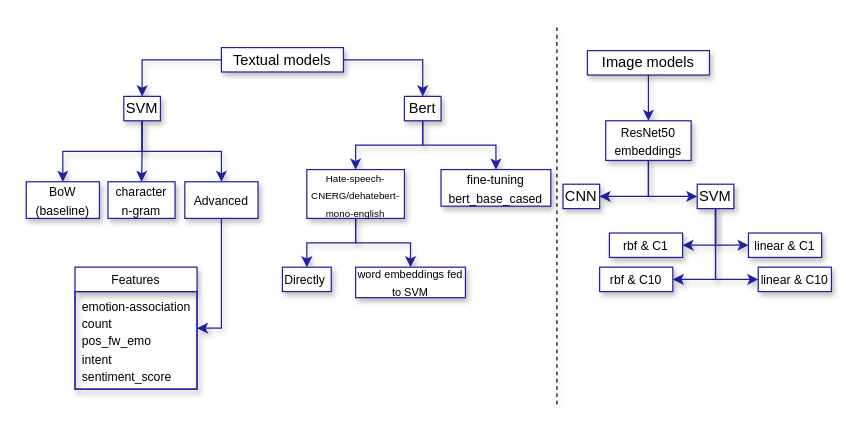
Above: New folder/models_diagram.drawio in HishamAlkaed/Master_Thesis (draw.io), before the change. Source tidied: cells renumbered, new cells numbered last; positions are measured from the earlier drawing's top-left corner, leaving out a move shared by most shapes. Both pictures are drawn from the tidied source at 122%, with x=0, y=0 at pixel (26, 26).
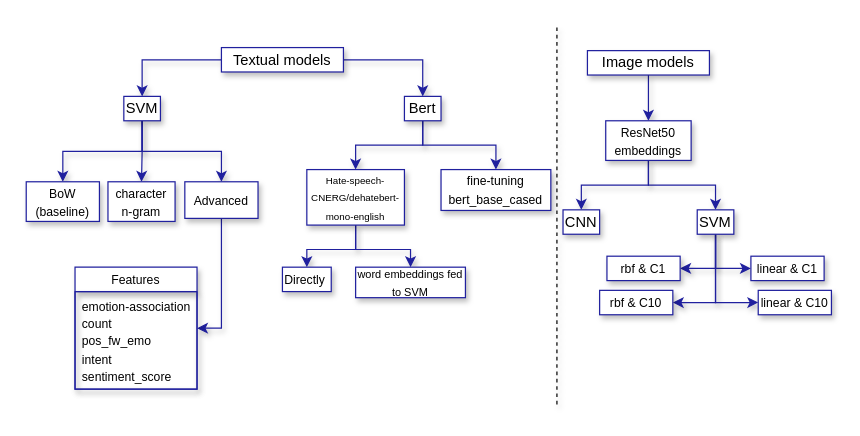
The same diagram, later.

Unchanged cells that the change refers to:
```xml
<mxCell id="26" value="&lt;font style=&quot;font-size: 10px;&quot;&gt;ResNet50 embeddings&lt;/font&gt;" style="whiteSpace=wrap;html=1;strokeColor=#20209E;shadow=1;" parent="1" vertex="1">
  <mxGeometry x="475" y="77.5" width="70" height="32.5" as="geometry" />
</mxCell>
```

Diff of the diagram source:
```diff
@@
     <mxCell id="12" value="&lt;font style=&quot;font-size: 10px;&quot;&gt;BoW (baseline)&lt;/font&gt;" style="rounded=0;whiteSpace=wrap;html=1;strokeColor=#20209E;shadow=1;" parent="1" vertex="1">
-      <mxGeometry y="127.5" width="60" height="30" as="geometry" />
+      <mxGeometry y="127.5" width="60" height="32.5" as="geometry" />
     </mxCell>
     <mxCell id="13" value="&lt;font style=&quot;font-size: 10px;&quot;&gt;character n-gram&lt;/font&gt;" style="whiteSpace=wrap;html=1;strokeColor=#20209E;shadow=1;" parent="1" vertex="1">
-      <mxGeometry x="67" y="127.5" width="55" height="30" as="geometry" />
+      <mxGeometry x="67" y="127.5" width="55" height="32.5" as="geometry" />
     </mxCell>
@@
     <mxCell id="18" value="&lt;font style=&quot;font-size: 8px;&quot;&gt;Hate-speech-CNERG/dehatebert-mono-english&lt;/font&gt;" style="whiteSpace=wrap;html=1;strokeColor=#20209E;shadow=1;" parent="1" vertex="1">
-      <mxGeometry x="230" y="117.5" width="80" height="40" as="geometry" />
+      <mxGeometry x="230" y="117.5" width="80" height="45.5" as="geometry" />
     </mxCell>
     <mxCell id="19" value="&lt;font style=&quot;font-size: 10px;&quot;&gt;fine-tuning bert_base_cased&lt;/font&gt;" style="whiteSpace=wrap;html=1;strokeColor=#20209E;shadow=1;" parent="1" vertex="1">
-      <mxGeometry x="340" y="117.5" width="90" height="30" as="geometry" />
+      <mxGeometry x="340" y="117.5" width="90" height="33.5" as="geometry" />
     </mxCell>
@@
-    <mxCell id="24" style="edgeStyle=orthogonalEdgeStyle;rounded=0;jettySize=auto;html=1;exitX=0.5;exitY=1;exitDx=0;exitDy=0;entryX=0;entryY=0.5;entryDx=0;entryDy=0;strokeColor=#20209E;shadow=1;" parent="1" edge="1" source="26" target="31">
+    <mxCell id="24" style="edgeStyle=orthogonalEdgeStyle;rounded=0;jettySize=auto;html=1;exitX=0.5;exitY=1;exitDx=0;exitDy=0;entryX=0.5;entryY=0;entryDx=0;entryDy=0;strokeColor=#20209E;shadow=1;" parent="1" edge="1" source="26" target="31">
       <mxGeometry relative="1" as="geometry" />
     </mxCell>
-    <mxCell id="25" style="edgeStyle=orthogonalEdgeStyle;rounded=0;jettySize=auto;html=1;exitX=0.5;exitY=1;exitDx=0;exitDy=0;entryX=1;entryY=0.5;entryDx=0;entryDy=0;strokeColor=#20209E;shadow=1;" parent="1" edge="1" source="26" target="32">
+    <mxCell id="25" style="edgeStyle=orthogonalEdgeStyle;rounded=0;jettySize=auto;html=1;exitX=0.5;exitY=1;exitDx=0;exitDy=0;entryX=0.5;entryY=0;entryDx=0;entryDy=0;strokeColor=#20209E;shadow=1;" parent="1" edge="1" source="26" target="32">
       <mxGeometry relative="1" as="geometry" />
     </mxCell>
@@
     <mxCell id="31" value="SVM" style="rounded=0;whiteSpace=wrap;html=1;strokeColor=#20209E;shadow=1;" parent="1" vertex="1">
-      <mxGeometry x="550" y="129.5" width="30" height="20" as="geometry" />
+      <mxGeometry x="550" y="150.5" width="30" height="20" as="geometry" />
     </mxCell>
     <mxCell id="32" value="CNN" style="rounded=0;whiteSpace=wrap;html=1;strokeColor=#20209E;shadow=1;" parent="1" vertex="1">
-      <mxGeometry x="440" y="129.5" width="30" height="20" as="geometry" />
+      <mxGeometry x="440" y="150.5" width="30" height="20" as="geometry" />
     </mxCell>
     <mxCell id="33" value="&lt;font style=&quot;font-size: 10px;&quot;&gt;rbf &amp;amp; C1&lt;/font&gt;" style="whiteSpace=wrap;html=1;strokeColor=#20209E;shadow=1;" parent="1" vertex="1">
-      <mxGeometry x="478" y="169.5" width="60" height="20" as="geometry" />
+      <mxGeometry x="476" y="188.5" width="60" height="20" as="geometry" />
     </mxCell>
     <mxCell id="34" value="&lt;font style=&quot;font-size: 10px;&quot;&gt;rbf &amp;amp; C10&lt;/font&gt;" style="whiteSpace=wrap;html=1;strokeColor=#20209E;shadow=1;" parent="1" vertex="1">
-      <mxGeometry x="470" y="197.5" width="60" height="20" as="geometry" />
+      <mxGeometry x="470" y="216.5" width="60" height="20" as="geometry" />
     </mxCell>
     <mxCell id="35" value="&lt;font style=&quot;font-size: 10px;&quot;&gt;linear &amp;amp; C1&lt;/font&gt;" style="whiteSpace=wrap;html=1;strokeColor=#20209E;shadow=1;" parent="1" vertex="1">
-      <mxGeometry x="592" y="169.5" width="60" height="20" as="geometry" />
+      <mxGeometry x="594" y="188.5" width="60" height="20" as="geometry" />
     </mxCell>
     <mxCell id="36" value="&lt;font style=&quot;font-size: 10px;&quot;&gt;linear &amp;amp; C10&lt;/font&gt;" style="whiteSpace=wrap;html=1;strokeColor=#20209E;shadow=1;" parent="1" vertex="1">
-      <mxGeometry x="600" y="197.5" width="60" height="20" as="geometry" />
+      <mxGeometry x="600" y="216.5" width="60" height="20" as="geometry" />
     </mxCell>
```
